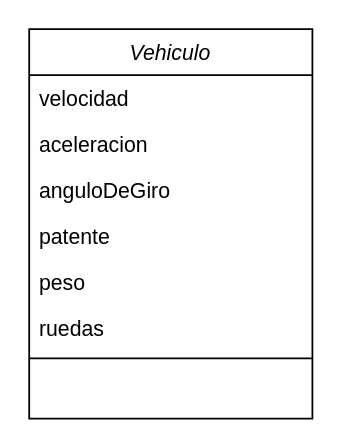
Before: 02-MODULE-JAVA/05-EJERCICIOS-INTEGRADORES/dakar/diagrama-clases.drawio in faacosta/IT-BOOTCAMP, a draw.io diagram. Source tidied: cells renumbered, new cells numbered last; positions are measured from the earlier drawing's top-left corner, leaving out a move shared by most shapes. Both pictures are drawn from the tidied source at 177%, with x=0, y=0 at pixel (28, 28).
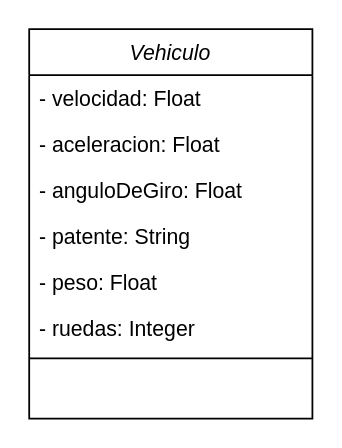
The same diagram, later.

Commit message:
Agrego tipo de dato a atributos

The edit, as a diff of the source:
```diff
@@
 <mxGraphModel>
   <root>
     <mxCell id="0" />
     <mxCell id="1" parent="0" />
     <mxCell id="2" value="Vehiculo" style="swimlane;fontStyle=2;align=center;verticalAlign=top;horizontal=1;startSize=26;rounded=0;shadow=0;strokeWidth=1;" parent="1" vertex="1">
       <mxGeometry width="160" height="220" as="geometry" />
     </mxCell>
-    <mxCell id="3" value="velocidad" style="text;align=left;verticalAlign=top;spacingLeft=4;spacingRight=4;overflow=hidden;" parent="2" vertex="1">
+    <mxCell id="3" value="- velocidad: Float" style="text;align=left;verticalAlign=top;spacingLeft=4;spacingRight=4;overflow=hidden;" parent="2" vertex="1">
       <mxGeometry y="26" width="160" height="26" as="geometry" />
     </mxCell>
-    <mxCell id="4" value="aceleracion" style="text;align=left;verticalAlign=top;spacingLeft=4;spacingRight=4;overflow=hidden;" parent="2" vertex="1">
+    <mxCell id="4" value="- aceleracion: Float" style="text;align=left;verticalAlign=top;spacingLeft=4;spacingRight=4;overflow=hidden;" parent="2" vertex="1">
       <mxGeometry y="52" width="160" height="26" as="geometry" />
     </mxCell>
-    <mxCell id="5" value="anguloDeGiro" style="text;align=left;verticalAlign=top;spacingLeft=4;spacingRight=4;overflow=hidden;" parent="2" vertex="1">
+    <mxCell id="5" value="- anguloDeGiro: Float" style="text;align=left;verticalAlign=top;spacingLeft=4;spacingRight=4;overflow=hidden;" parent="2" vertex="1">
       <mxGeometry y="78" width="160" height="26" as="geometry" />
     </mxCell>
-    <mxCell id="6" value="patente" style="text;align=left;verticalAlign=top;spacingLeft=4;spacingRight=4;overflow=hidden;" parent="2" vertex="1">
+    <mxCell id="6" value="- patente: String" style="text;align=left;verticalAlign=top;spacingLeft=4;spacingRight=4;overflow=hidden;" parent="2" vertex="1">
       <mxGeometry y="104" width="160" height="26" as="geometry" />
     </mxCell>
-    <mxCell id="7" value="peso" style="text;align=left;verticalAlign=top;spacingLeft=4;spacingRight=4;overflow=hidden;" parent="2" vertex="1">
+    <mxCell id="7" value="- peso: Float" style="text;align=left;verticalAlign=top;spacingLeft=4;spacingRight=4;overflow=hidden;" parent="2" vertex="1">
       <mxGeometry y="130" width="160" height="26" as="geometry" />
     </mxCell>
-    <mxCell id="8" value="ruedas" style="text;align=left;verticalAlign=top;spacingLeft=4;spacingRight=4;overflow=hidden;" parent="2" vertex="1">
+    <mxCell id="8" value="- ruedas: Integer" style="text;align=left;verticalAlign=top;spacingLeft=4;spacingRight=4;overflow=hidden;" parent="2" vertex="1">
       <mxGeometry y="156" width="160" height="26" as="geometry" />
     </mxCell>
     <mxCell id="9" style="line;html=1;strokeWidth=1;align=left;verticalAlign=middle;spacingTop=-1;spacingLeft=3;spacingRight=3;labelPosition=right;" parent="2" vertex="1">
       <mxGeometry y="182" width="160" height="8" as="geometry" />
     </mxCell>
   </root>
 </mxGraphModel>
```
